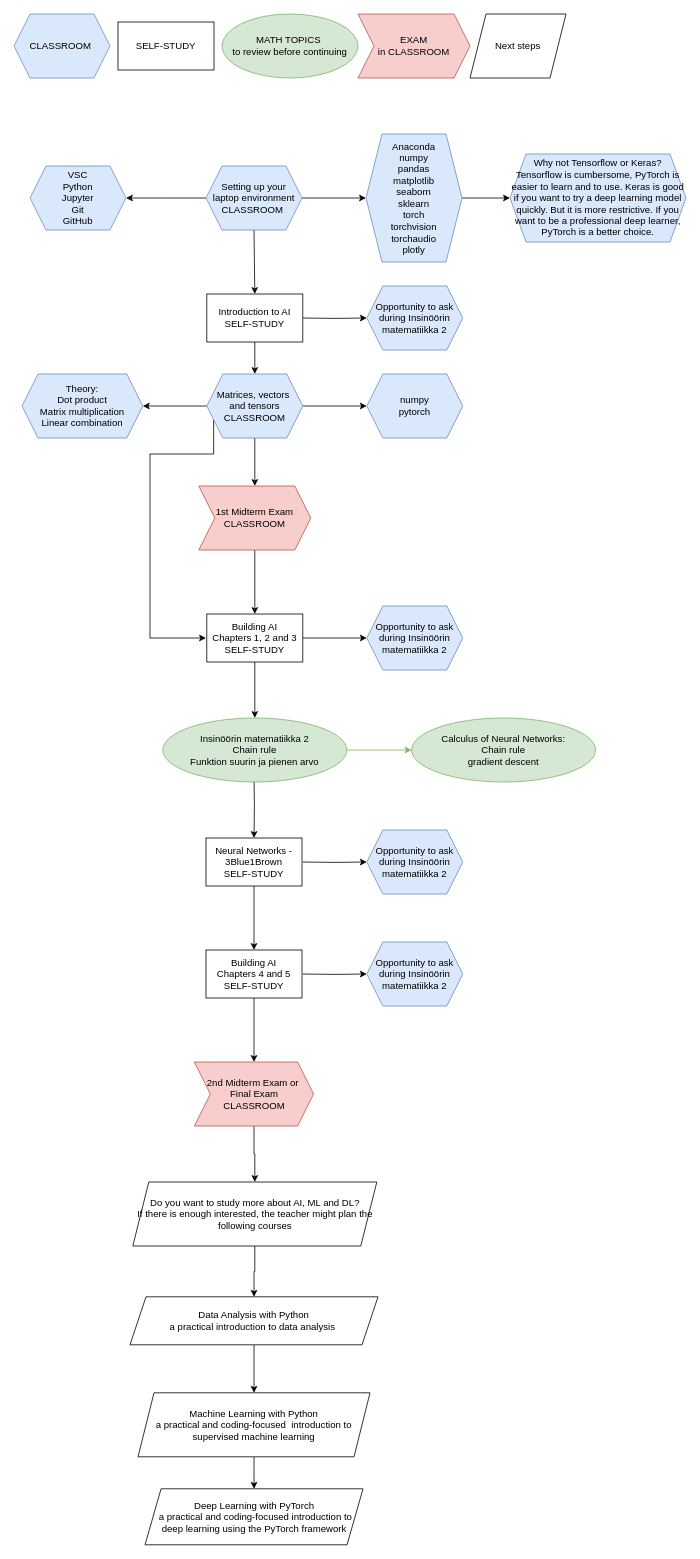
Above: Workflow.drawio in henrylahteenmaki/draw.io (draw.io), before the change. Source tidied: cells renumbered, new cells numbered last; positions are measured from the earlier drawing's top-left corner, leaving out a move shared by most shapes. Both pictures are drawn from the tidied source at 80%, with x=0, y=0 at pixel (14, 14).
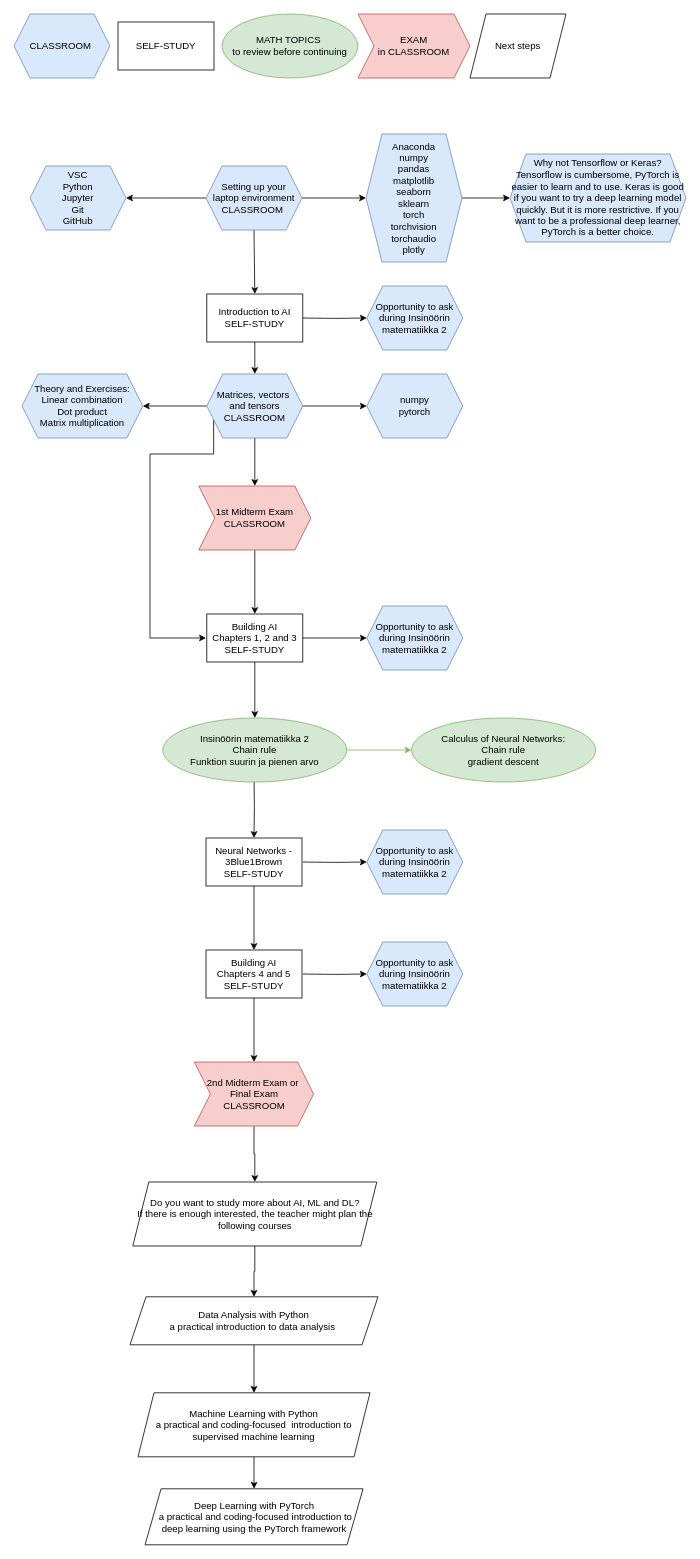
Above is the later version.

Diff of the diagram source:
```diff
@@
-    <mxCell id="30" value="&lt;div&gt;Theory:&lt;/div&gt;Dot product&lt;div&gt;Matrix multiplication&lt;/div&gt;&lt;div&gt;Linear combination&lt;/div&gt;" style="shape=hexagon;perimeter=hexagonPerimeter2;whiteSpace=wrap;html=1;fixedSize=1;fillColor=#dae8fc;strokeColor=#6c8ebf;" parent="1" vertex="1">
+    <mxCell id="30" value="&lt;div&gt;Theory and Exercises:&lt;/div&gt;&lt;div&gt;Linear combination&lt;br&gt;&lt;/div&gt;Dot product&lt;div&gt;Matrix multiplication&lt;/div&gt;" style="shape=hexagon;perimeter=hexagonPerimeter2;whiteSpace=wrap;html=1;fixedSize=1;fillColor=#dae8fc;strokeColor=#6c8ebf;" parent="1" vertex="1">
       <mxGeometry x="10" y="450" width="151" height="80" as="geometry" />
     </mxCell>
```
